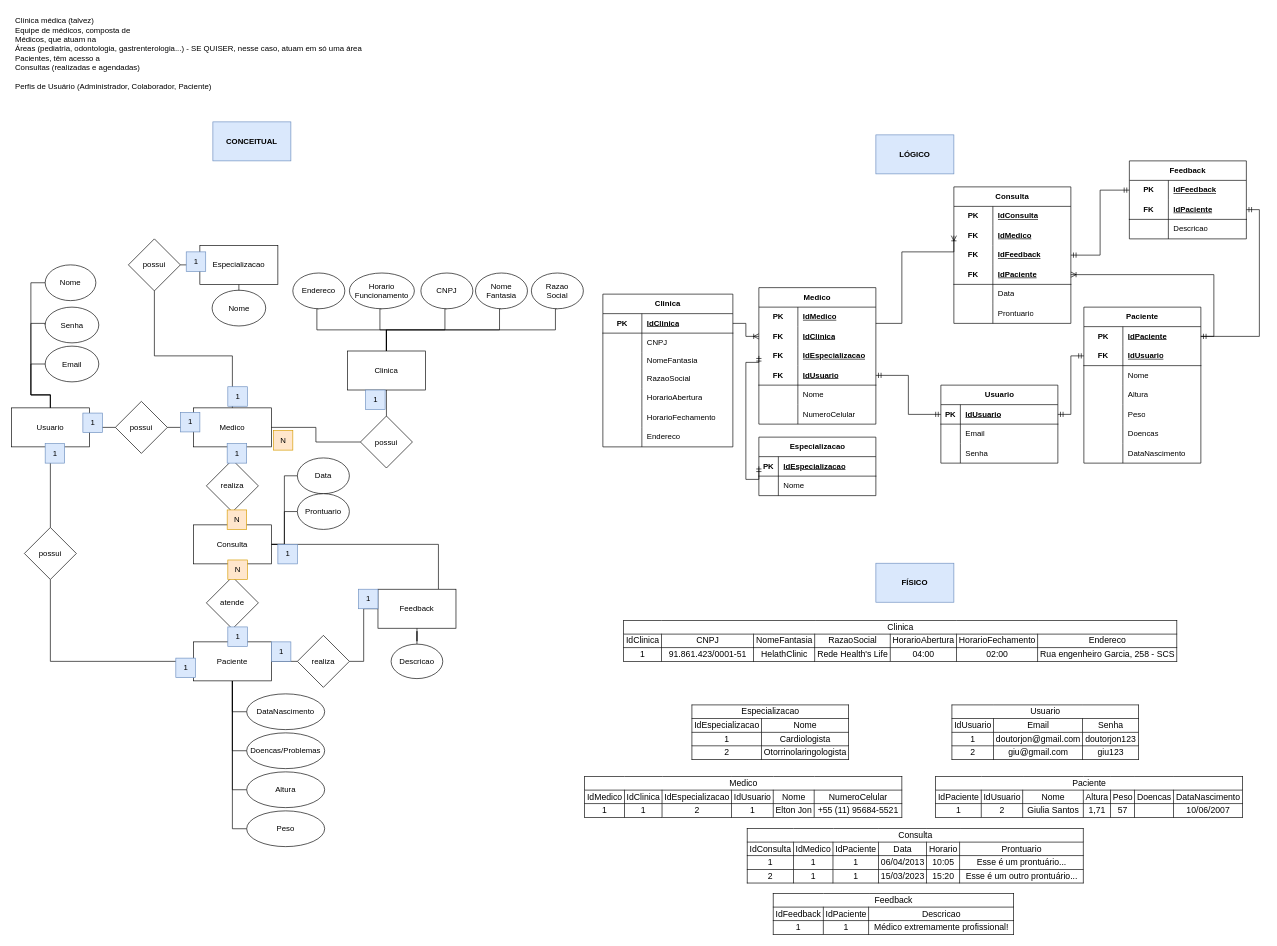
Before: Banco de dados - Sprint 1/Projeto Health Clinic/Health Clinic.drawio in LucasBO7/senai-curso-repos-semestre-2, a draw.io diagram. Source tidied: cells renumbered, new cells numbered last; positions are measured from the earlier drawing's top-left corner, leaving out a move shared by most shapes. Both pictures are drawn from the tidied source at 65%, with x=0, y=0 at pixel (11, 11).
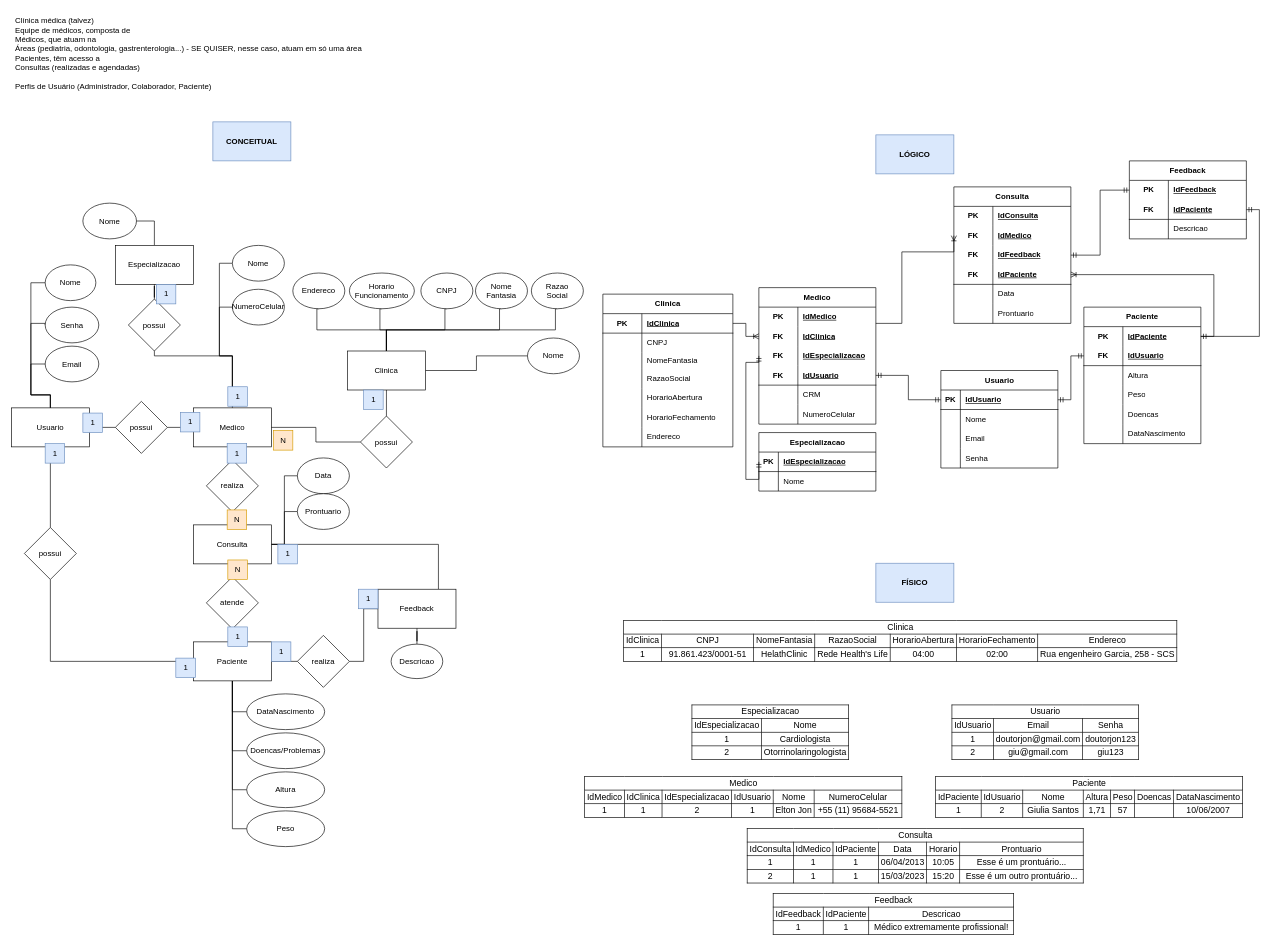
After the change.

The change refers to these unchanged cells:
```xml
<mxCell id="9" value="Clinica" style="rounded=0;whiteSpace=wrap;html=1;" parent="1" vertex="1">
  <mxGeometry x="517" y="522.5" width="120" height="60" as="geometry" />
</mxCell>
<mxCell id="44" value="1" style="text;html=1;align=center;verticalAlign=middle;points=[];strokeColor=#6c8ebf;fillColor=#dae8fc;rounded=0;" parent="1" vertex="1">
  <mxGeometry x="333" y="577.5" width="30" height="30" as="geometry" />
</mxCell>
<mxCell id="103" style="shape=tableRow;horizontal=0;startSize=0;swimlaneHead=0;swimlaneBody=0;fillColor=none;top=0;left=0;right=0;bottom=0;html=1;rounded=0;" parent="90" vertex="1">
  <mxGeometry y="150" width="180" height="30" as="geometry" />
</mxCell>
```

The edit, as a diff of the source:
```diff
@@
+    <mxCell id="206" style="edgeStyle=orthogonalEdgeStyle;rounded=0;jettySize=auto;html=1;entryX=0;entryY=0.5;entryDx=0;entryDy=0;endArrow=none;endFill=0;" parent="1" edge="1" source="9" target="214">
+      <mxGeometry relative="1" as="geometry" />
+    </mxCell>
@@
-    <mxCell id="10" style="edgeStyle=orthogonalEdgeStyle;rounded=0;jettySize=auto;html=1;entryX=0.5;entryY=0;entryDx=0;entryDy=0;endArrow=none;endFill=0;" parent="1" edge="1" source="11" target="54">
+    <mxCell id="10" style="edgeStyle=orthogonalEdgeStyle;rounded=0;jettySize=auto;html=1;entryX=1;entryY=0.5;entryDx=0;entryDy=0;endArrow=none;endFill=0;" parent="1" edge="1" source="11" target="54">
       <mxGeometry relative="1" as="geometry" />
     </mxCell>
     <mxCell id="11" value="Especializacao" style="rounded=0;whiteSpace=wrap;html=1;" parent="1" vertex="1">
-      <mxGeometry x="290" y="360" width="120" height="60" as="geometry" />
+      <mxGeometry x="160" y="360" width="120" height="60" as="geometry" />
     </mxCell>
@@
-    <mxCell id="28" style="edgeStyle=orthogonalEdgeStyle;rounded=0;jettySize=auto;html=1;entryX=0;entryY=0.5;entryDx=0;entryDy=0;endArrow=none;endFill=0;" parent="1" edge="1" source="29" target="11">
+    <mxCell id="28" style="edgeStyle=orthogonalEdgeStyle;rounded=0;jettySize=auto;html=1;entryX=0.5;entryY=1;entryDx=0;entryDy=0;endArrow=none;endFill=0;" parent="1" edge="1" source="29" target="11">
       <mxGeometry relative="1" as="geometry" />
     </mxCell>
     <mxCell id="29" value="possui" style="rhombus;whiteSpace=wrap;html=1;rounded=0;" parent="1" vertex="1">
-      <mxGeometry x="180" y="350" width="80" height="80" as="geometry" />
+      <mxGeometry x="180" y="442.5" width="80" height="80" as="geometry" />
     </mxCell>
@@
     <mxCell id="42" value="1" style="text;html=1;align=center;verticalAlign=middle;strokeColor=#6c8ebf;fillColor=#dae8fc;rounded=0;" parent="1" vertex="1">
-      <mxGeometry x="545" y="582.5" width="30" height="30" as="geometry" />
+      <mxGeometry x="542" y="582.5" width="30" height="30" as="geometry" />
     </mxCell>
@@
+    <mxCell id="207" style="edgeStyle=orthogonalEdgeStyle;rounded=0;jettySize=auto;html=1;entryX=0;entryY=0.5;entryDx=0;entryDy=0;endArrow=none;endFill=0;" parent="1" edge="1" source="44" target="215">
+      <mxGeometry relative="1" as="geometry">
+        <Array as="points">
+          <mxPoint x="340" y="530" />
+          <mxPoint x="320" y="530" />
+          <mxPoint x="320" y="388" />
+        </Array>
+      </mxGeometry>
+    </mxCell>
+    <mxCell id="208" style="edgeStyle=orthogonalEdgeStyle;rounded=0;jettySize=auto;html=1;entryX=0;entryY=0.5;entryDx=0;entryDy=0;endArrow=none;endFill=0;" parent="1" edge="1" source="44" target="216">
+      <mxGeometry relative="1" as="geometry">
+        <Array as="points">
+          <mxPoint x="340" y="530" />
+          <mxPoint x="320" y="530" />
+          <mxPoint x="320" y="455" />
+        </Array>
+      </mxGeometry>
+    </mxCell>
@@
     <mxCell id="45" value="1" style="text;html=1;align=center;verticalAlign=middle;strokeColor=#6c8ebf;fillColor=#dae8fc;rounded=0;" parent="1" vertex="1">
-      <mxGeometry x="269" y="370" width="30" height="30" as="geometry" />
+      <mxGeometry x="223" y="420" width="30" height="30" as="geometry" />
     </mxCell>
@@
     <mxCell id="54" value="Nome" style="ellipse;whiteSpace=wrap;html=1;rounded=0;" parent="1" vertex="1">
-      <mxGeometry x="308.8" y="429" width="82.5" height="55" as="geometry" />
+      <mxGeometry x="110" y="295" width="82.5" height="55" as="geometry" />
     </mxCell>
@@
-    <mxCell id="104" style="shape=partialRectangle;fillColor=none;top=0;left=0;bottom=0;right=0;overflow=hidden;html=1;whiteSpace=wrap;rounded=0;" parent="103" vertex="1">
-      <mxGeometry width="60" height="30" as="geometry" />
-    </mxCell>
-    <mxCell id="105" value="Nome" style="shape=partialRectangle;fillColor=none;top=0;left=0;bottom=0;right=0;align=left;spacingLeft=6;overflow=hidden;html=1;whiteSpace=wrap;rounded=0;" parent="103" vertex="1">
-      <mxGeometry x="60" width="120" height="30" as="geometry" />
-    </mxCell>
+    <mxCell id="209" style="shape=partialRectangle;fillColor=none;top=0;left=0;bottom=0;right=0;overflow=hidden;html=1;whiteSpace=wrap;rounded=0;" parent="103" vertex="1">
+      <mxGeometry width="60" height="30" as="geometry" />
+    </mxCell>
+    <mxCell id="210" value="CRM" style="shape=partialRectangle;fillColor=none;top=0;left=0;bottom=0;right=0;align=left;spacingLeft=6;overflow=hidden;html=1;whiteSpace=wrap;rounded=0;" parent="103" vertex="1">
+      <mxGeometry x="60" width="120" height="30" as="geometry" />
+    </mxCell>
@@
     <mxCell id="110" value="Especializacao" style="shape=table;startSize=30;childLayout=tableLayout;rowLines=0;fontStyle=1;align=center;html=1;rounded=0;" parent="1" vertex="1">
-      <mxGeometry x="1150" y="655" width="180" height="90" as="geometry" />
+      <mxGeometry x="1150" y="648" width="180" height="90" as="geometry" />
     </mxCell>
@@
     <mxCell id="139" value="Usuario" style="shape=table;startSize=30;childLayout=tableLayout;rowLines=0;fontStyle=1;align=center;html=1;rounded=0;" parent="1" vertex="1">
-      <mxGeometry x="1430" y="575" width="180" height="120" as="geometry" />
+      <mxGeometry x="1430" y="552.5" width="180" height="150" as="geometry" />
     </mxCell>
@@
+    <mxCell id="211" style="shape=tableRow;horizontal=0;startSize=0;swimlaneHead=0;swimlaneBody=0;fillColor=none;top=0;left=0;right=0;bottom=0;rounded=0;" parent="139" vertex="1">
+      <mxGeometry y="60" width="180" height="30" as="geometry" />
+    </mxCell>
+    <mxCell id="212" style="shape=partialRectangle;fillColor=none;top=0;left=0;bottom=0;right=0;overflow=hidden;whiteSpace=wrap;html=1;rounded=0;" parent="211" vertex="1">
+      <mxGeometry width="30" height="30" as="geometry" />
+    </mxCell>
+    <mxCell id="213" value="Nome" style="shape=partialRectangle;fillColor=none;top=0;left=0;bottom=0;right=0;align=left;spacingLeft=6;overflow=hidden;whiteSpace=wrap;html=1;rounded=0;" parent="211" vertex="1">
+      <mxGeometry x="30" width="150" height="30" as="geometry" />
+    </mxCell>
     <mxCell id="143" style="shape=tableRow;horizontal=0;startSize=0;swimlaneHead=0;swimlaneBody=0;fillColor=none;top=0;left=0;right=0;bottom=0;rounded=0;" parent="139" vertex="1">
-      <mxGeometry y="60" width="180" height="30" as="geometry" />
+      <mxGeometry y="90" width="180" height="30" as="geometry" />
     </mxCell>
@@
     <mxCell id="146" style="shape=tableRow;horizontal=0;startSize=0;swimlaneHead=0;swimlaneBody=0;fillColor=none;top=0;left=0;right=0;bottom=0;rounded=0;" parent="139" vertex="1">
-      <mxGeometry y="90" width="180" height="30" as="geometry" />
+      <mxGeometry y="120" width="180" height="30" as="geometry" />
     </mxCell>
@@
     <mxCell id="150" value="Paciente" style="shape=table;startSize=30;childLayout=tableLayout;rowLines=0;fontStyle=1;align=center;html=1;whiteSpace=wrap;rounded=0;" parent="1" vertex="1">
-      <mxGeometry x="1650" y="455" width="180" height="240" as="geometry" />
+      <mxGeometry x="1650" y="455" width="180" height="210" as="geometry" />
     </mxCell>
@@
-    <mxCell id="157" style="shape=tableRow;horizontal=0;startSize=0;swimlaneHead=0;swimlaneBody=0;fillColor=none;top=0;left=0;right=0;bottom=0;html=1;rounded=0;" parent="150" vertex="1">
-      <mxGeometry y="90" width="180" height="30" as="geometry" />
-    </mxCell>
-    <mxCell id="158" style="shape=partialRectangle;fillColor=none;top=0;left=0;bottom=0;right=0;overflow=hidden;html=1;whiteSpace=wrap;rounded=0;" parent="157" vertex="1">
-      <mxGeometry width="60" height="30" as="geometry" />
-    </mxCell>
-    <mxCell id="159" value="Nome" style="shape=partialRectangle;fillColor=none;top=0;left=0;bottom=0;right=0;align=left;spacingLeft=6;overflow=hidden;html=1;whiteSpace=wrap;rounded=0;" parent="157" vertex="1">
-      <mxGeometry x="60" width="120" height="30" as="geometry" />
-    </mxCell>
     <mxCell id="160" style="shape=tableRow;horizontal=0;startSize=0;swimlaneHead=0;swimlaneBody=0;fillColor=none;top=0;left=0;right=0;bottom=0;html=1;rounded=0;" parent="150" vertex="1">
-      <mxGeometry y="120" width="180" height="30" as="geometry" />
+      <mxGeometry y="90" width="180" height="30" as="geometry" />
     </mxCell>
@@
     <mxCell id="163" style="shape=tableRow;horizontal=0;startSize=0;swimlaneHead=0;swimlaneBody=0;fillColor=none;top=0;left=0;right=0;bottom=0;html=1;rounded=0;" parent="150" vertex="1">
-      <mxGeometry y="150" width="180" height="30" as="geometry" />
+      <mxGeometry y="120" width="180" height="30" as="geometry" />
     </mxCell>
@@
     <mxCell id="166" style="shape=tableRow;horizontal=0;startSize=0;swimlaneHead=0;swimlaneBody=0;fillColor=none;top=0;left=0;right=0;bottom=0;html=1;rounded=0;" parent="150" vertex="1">
-      <mxGeometry y="180" width="180" height="30" as="geometry" />
+      <mxGeometry y="150" width="180" height="30" as="geometry" />
     </mxCell>
@@
     <mxCell id="169" style="shape=tableRow;horizontal=0;startSize=0;swimlaneHead=0;swimlaneBody=0;fillColor=none;top=0;left=0;right=0;bottom=0;html=1;rounded=0;" parent="150" vertex="1">
-      <mxGeometry y="210" width="180" height="30" as="geometry" />
+      <mxGeometry y="180" width="180" height="30" as="geometry" />
     </mxCell>
@@
+    <mxCell id="214" value="Nome" style="ellipse;whiteSpace=wrap;html=1;rounded=0;" parent="1" vertex="1">
+      <mxGeometry x="794" y="502.5" width="80" height="55" as="geometry" />
+    </mxCell>
+    <mxCell id="215" value="Nome" style="ellipse;whiteSpace=wrap;html=1;rounded=0;" parent="1" vertex="1">
+      <mxGeometry x="340" y="360" width="80" height="55" as="geometry" />
+    </mxCell>
+    <mxCell id="216" value="NumeroCelular" style="ellipse;whiteSpace=wrap;html=1;rounded=0;" parent="1" vertex="1">
+      <mxGeometry x="340" y="427.5" width="80" height="55" as="geometry" />
+    </mxCell>
```
